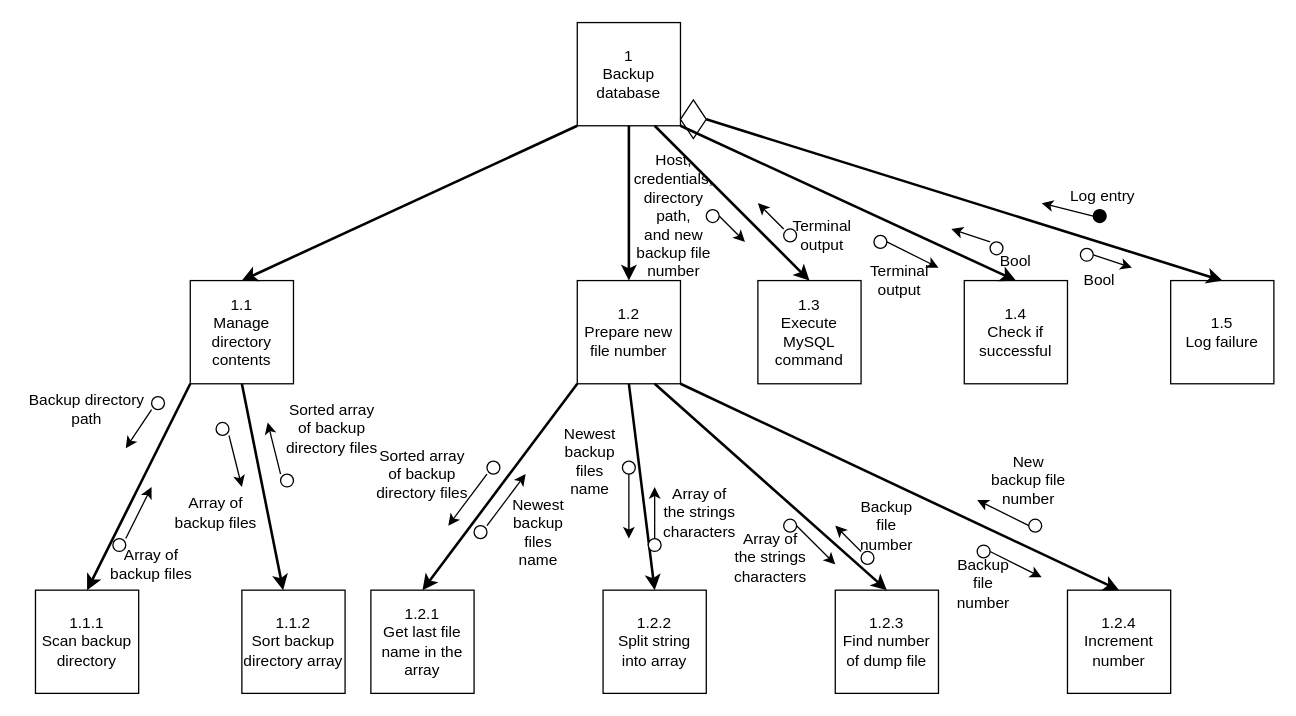
The draw.io diagram Diagrams/StructureCharts/backupStructDiag.drawio in Harlento/SchedulingSystem, before the edit. Source tidied: cells renumbered, new cells numbered last; positions are measured from the earlier drawing's top-left corner, leaving out a move shared by most shapes. Both pictures are drawn from the tidied source at 129%, with x=0, y=0 at pixel (22, 22).
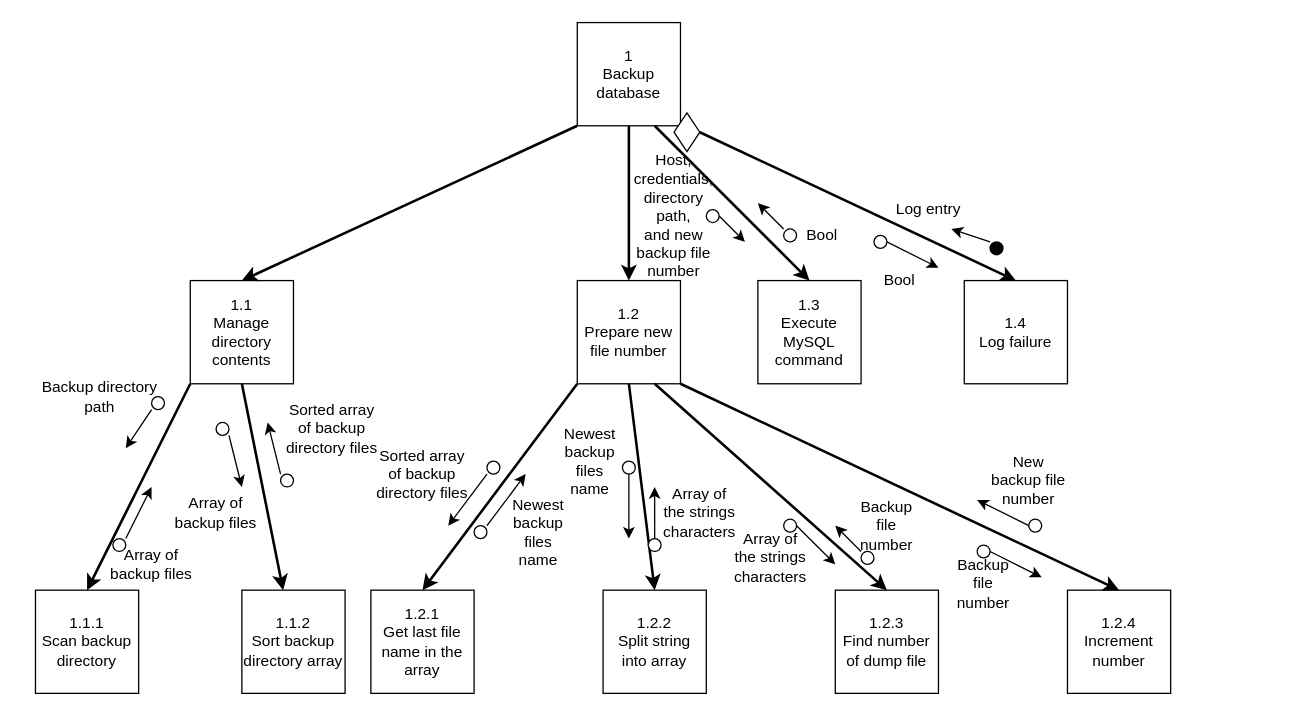
Above is the later version.

The change refers to these unchanged cells:
```xml
<mxCell id="2" value="1&lt;br&gt;Backup database" style="whiteSpace=wrap;html=1;" parent="1" vertex="1">
  <mxGeometry x="430" width="80" height="80" as="geometry" />
</mxCell>
```

The edit, as a diff of the source:
```diff
@@
-    <mxCell id="6" style="ellipse;whiteSpace=wrap;html=1;" parent="1" vertex="1">
-      <mxGeometry x="750" y="170" width="10" height="10" as="geometry" />
-    </mxCell>
     <mxCell id="7" style="ellipse;whiteSpace=wrap;html=1;fillColor=#000000;" parent="1" vertex="1">
-      <mxGeometry x="830" y="145" width="10" height="10" as="geometry" />
+      <mxGeometry x="750" y="170" width="10" height="10" as="geometry" />
     </mxCell>
-    <mxCell id="8" value="1.5&lt;br&gt;Log failure" style="whiteSpace=wrap;html=1;fillColor=#FFFFFF;" parent="1" vertex="1">
-      <mxGeometry x="890" y="200" width="80" height="80" as="geometry" />
-    </mxCell>
@@
     <mxCell id="11" value="Backup directory path" style="text;html=1;strokeColor=none;fillColor=none;align=center;verticalAlign=middle;whiteSpace=wrap;rounded=0;" parent="1" vertex="1">
-      <mxGeometry y="290" width="100" height="20" as="geometry" />
+      <mxGeometry x="10" y="280" width="100" height="20" as="geometry" />
     </mxCell>
@@
     <mxCell id="27" style="rhombus;whiteSpace=wrap;html=1;fillColor=#FFFFFF;" parent="1" vertex="1">
-      <mxGeometry x="510" y="60" width="20" height="30" as="geometry" />
+      <mxGeometry x="505" y="70" width="20" height="30" as="geometry" />
     </mxCell>
-    <mxCell id="28" style="endArrow=classic;html=1;exitX=1;exitY=0.5;exitDx=0;exitDy=0;entryX=0.5;entryY=0;entryDx=0;entryDy=0;strokeWidth=2;" parent="1" edge="1" source="27" target="8">
-      <mxGeometry relative="1" as="geometry" />
-    </mxCell>
@@
-    <mxCell id="67" value="1.4&lt;br&gt;Check if successful" style="whiteSpace=wrap;html=1;fillColor=#FFFFFF;" parent="1" vertex="1">
+    <mxCell id="67" value="1.4&lt;br&gt;Log failure" style="whiteSpace=wrap;html=1;fillColor=#FFFFFF;" parent="1" vertex="1">
       <mxGeometry x="730" y="200" width="80" height="80" as="geometry" />
     </mxCell>
-    <mxCell id="68" style="endArrow=classic;html=1;strokeWidth=2;entryX=0.5;entryY=0;entryDx=0;entryDy=0;exitX=1;exitY=1;exitDx=0;exitDy=0;" parent="1" edge="1" source="2" target="67">
+    <mxCell id="68" style="endArrow=classic;html=1;strokeWidth=2;entryX=0.5;entryY=0;entryDx=0;entryDy=0;exitX=1;exitY=0.5;exitDx=0;exitDy=0;" parent="1" edge="1" source="27" target="67">
       <mxGeometry relative="1" as="geometry" />
     </mxCell>
@@
-    <mxCell id="73" style="endArrow=classic;html=1;strokeWidth=1;" parent="1" edge="1">
-      <mxGeometry relative="1" as="geometry">
-        <mxPoint x="830" y="180" as="sourcePoint" />
-        <mxPoint x="860" y="190" as="targetPoint" />
-      </mxGeometry>
-    </mxCell>
-    <mxCell id="74" style="endArrow=classic;html=1;strokeWidth=1;" parent="1" edge="1">
-      <mxGeometry relative="1" as="geometry">
-        <mxPoint x="830" y="150" as="sourcePoint" />
-        <mxPoint x="790" y="140" as="targetPoint" />
-      </mxGeometry>
-    </mxCell>
@@
-    <mxCell id="76" value="Terminal output" style="text;html=1;strokeColor=none;fillColor=none;align=center;verticalAlign=middle;whiteSpace=wrap;rounded=0;" parent="1" vertex="1">
+    <mxCell id="76" value="Bool" style="text;html=1;strokeColor=none;fillColor=none;align=center;verticalAlign=middle;whiteSpace=wrap;rounded=0;" parent="1" vertex="1">
       <mxGeometry x="590" y="155" width="60" height="20" as="geometry" />
     </mxCell>
-    <mxCell id="77" value="Terminal output" style="text;html=1;strokeColor=none;fillColor=none;align=center;verticalAlign=middle;whiteSpace=wrap;rounded=0;" parent="1" vertex="1">
+    <mxCell id="77" value="Bool" style="text;html=1;strokeColor=none;fillColor=none;align=center;verticalAlign=middle;whiteSpace=wrap;rounded=0;" parent="1" vertex="1">
       <mxGeometry x="660" y="190" width="40" height="20" as="geometry" />
     </mxCell>
-    <mxCell id="78" value="Bool" style="text;html=1;strokeColor=none;fillColor=none;align=center;verticalAlign=middle;whiteSpace=wrap;rounded=0;" parent="1" vertex="1">
-      <mxGeometry x="750" y="175" width="40" height="20" as="geometry" />
-    </mxCell>
-    <mxCell id="79" style="ellipse;whiteSpace=wrap;html=1;" parent="1" vertex="1">
-      <mxGeometry x="820" y="175" width="10" height="10" as="geometry" />
-    </mxCell>
-    <mxCell id="80" value="Bool" style="text;html=1;strokeColor=none;fillColor=none;align=center;verticalAlign=middle;whiteSpace=wrap;rounded=0;" parent="1" vertex="1">
-      <mxGeometry x="815" y="190" width="40" height="20" as="geometry" />
-    </mxCell>
     <mxCell id="81" value="Log entry" style="text;html=1;strokeColor=none;fillColor=none;align=center;verticalAlign=middle;whiteSpace=wrap;rounded=0;" parent="1" vertex="1">
-      <mxGeometry x="785" y="125" width="105" height="20" as="geometry" />
+      <mxGeometry x="650" y="135" width="105" height="20" as="geometry" />
     </mxCell>
```
